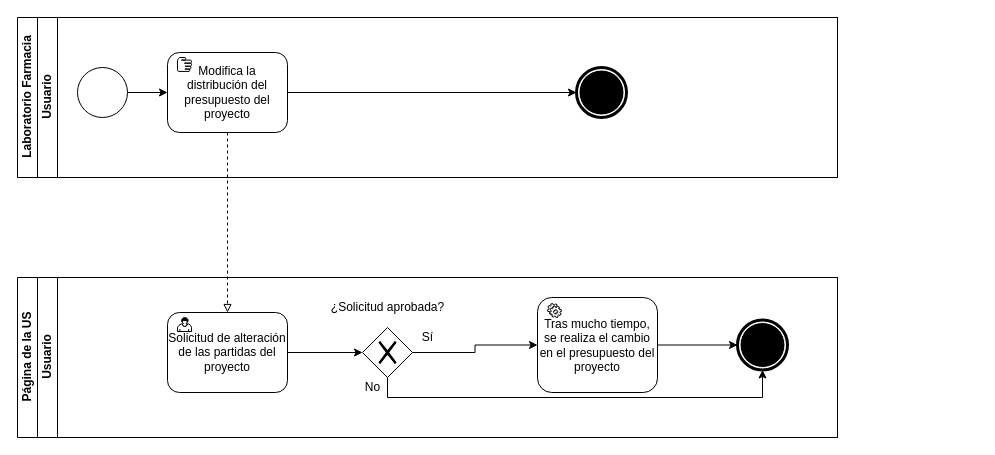
Above: 3 Descripción de la situación actual/3.2 Modelos de procesos de negocios actuales/ModificarPartidaBPMN-Actual.drawio in Franbr31/IR-project (draw.io), before the change. Source tidied: cells renumbered, new cells numbered last; positions are measured from the earlier drawing's top-left corner, leaving out a move shared by most shapes. Both pictures are drawn from the tidied source at 100%, with x=0, y=0 at pixel (17, 17).
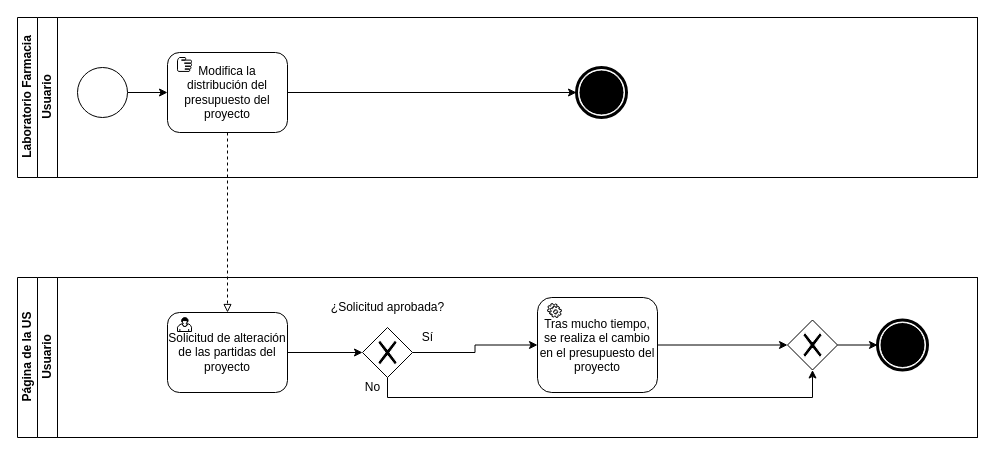
Above is the later version.

Unchanged cells that the change refers to:
```xml
<mxCell id="21" value="Tras mucho tiempo, se realiza el cambio en el presupuesto del proyecto" style="shape=ext;rounded=1;html=1;whiteSpace=wrap;" parent="15" vertex="1">
  <mxGeometry x="500" y="20" width="120" height="95" as="geometry" />
</mxCell>
<mxCell id="25" style="shape=mxgraph.bpmn.shape;html=1;verticalLabelPosition=bottom;labelBackgroundColor=#ffffff;verticalAlign=top;align=center;perimeter=rhombusPerimeter;background=gateway;outlineConnect=0;outline=none;symbol=exclusiveGw;" parent="15" vertex="1">
  <mxGeometry x="325" y="50" width="50" height="50" as="geometry" />
</mxCell>
```

The edit, as a diff of the source:
```diff
@@
     <mxCell id="2" value="Laboratorio Farmacia" style="swimlane;html=1;horizontal=0;startSize=20;" parent="1" vertex="1">
-      <mxGeometry width="820" height="160" as="geometry" />
+      <mxGeometry width="960" height="160" as="geometry" />
     </mxCell>
@@
     <mxCell id="5" value="Usuario" style="swimlane;html=1;startSize=20;horizontal=0;" parent="2" vertex="1">
-      <mxGeometry x="20" width="800" height="160" as="geometry" />
+      <mxGeometry x="20" width="940" height="160" as="geometry" />
     </mxCell>
@@
     <mxCell id="12" value="Página de la US" style="swimlane;html=1;horizontal=0;startSize=20;" parent="1" vertex="1">
-      <mxGeometry y="260" width="820" height="160" as="geometry" />
+      <mxGeometry y="260" width="960" height="160" as="geometry" />
     </mxCell>
@@
     <mxCell id="15" value="Usuario" style="swimlane;html=1;startSize=20;horizontal=0;" parent="12" vertex="1">
-      <mxGeometry x="20" width="800" height="160" as="geometry" />
+      <mxGeometry x="20" width="940" height="160" as="geometry" />
     </mxCell>
@@
     <mxCell id="18" style="shape=mxgraph.bpmn.shape;html=1;verticalLabelPosition=bottom;labelBackgroundColor=#ffffff;verticalAlign=top;align=center;perimeter=ellipsePerimeter;outlineConnect=0;outline=end;symbol=terminate;" parent="15" vertex="1">
-      <mxGeometry x="700" y="42.5" width="50" height="50" as="geometry" />
+      <mxGeometry x="840" y="42.5" width="50" height="50" as="geometry" />
     </mxCell>
@@
-    <mxCell id="20" style="edgeStyle=orthogonalEdgeStyle;rounded=0;jettySize=auto;html=1;exitX=1;exitY=0.5;exitDx=0;exitDy=0;entryX=0;entryY=0.5;entryDx=0;entryDy=0;endArrow=classic;endFill=1;" parent="15" edge="1" source="21" target="18">
-      <mxGeometry relative="1" as="geometry" />
-    </mxCell>
+    <mxCell id="30" style="edgeStyle=orthogonalEdgeStyle;rounded=0;jettySize=auto;html=1;exitX=1;exitY=0.5;exitDx=0;exitDy=0;entryX=0;entryY=0.5;entryDx=0;entryDy=0;" parent="15" edge="1" source="21" target="32">
+      <mxGeometry relative="1" as="geometry" />
+    </mxCell>
@@
-    <mxCell id="24" style="edgeStyle=orthogonalEdgeStyle;rounded=0;jettySize=auto;html=1;exitX=0.5;exitY=1;exitDx=0;exitDy=0;entryX=0.5;entryY=1;entryDx=0;entryDy=0;endArrow=classic;endFill=1;" parent="15" edge="1" source="25" target="18">
+    <mxCell id="24" style="edgeStyle=orthogonalEdgeStyle;rounded=0;jettySize=auto;html=1;exitX=0.5;exitY=1;exitDx=0;exitDy=0;entryX=0.5;entryY=1;entryDx=0;entryDy=0;endArrow=classic;endFill=1;" parent="15" edge="1" source="25" target="32">
       <mxGeometry relative="1" as="geometry" />
     </mxCell>
@@
+    <mxCell id="31" style="edgeStyle=orthogonalEdgeStyle;rounded=0;jettySize=auto;html=1;exitX=1;exitY=0.5;exitDx=0;exitDy=0;entryX=0;entryY=0.5;entryDx=0;entryDy=0;" parent="15" edge="1" source="32" target="18">
+      <mxGeometry relative="1" as="geometry" />
+    </mxCell>
+    <mxCell id="32" style="shape=mxgraph.bpmn.shape;html=1;verticalLabelPosition=bottom;labelBackgroundColor=#ffffff;verticalAlign=top;align=center;perimeter=rhombusPerimeter;background=gateway;outlineConnect=0;outline=none;symbol=exclusiveGw;" parent="15" vertex="1">
+      <mxGeometry x="750" y="42.5" width="50" height="50" as="geometry" />
+    </mxCell>
```
